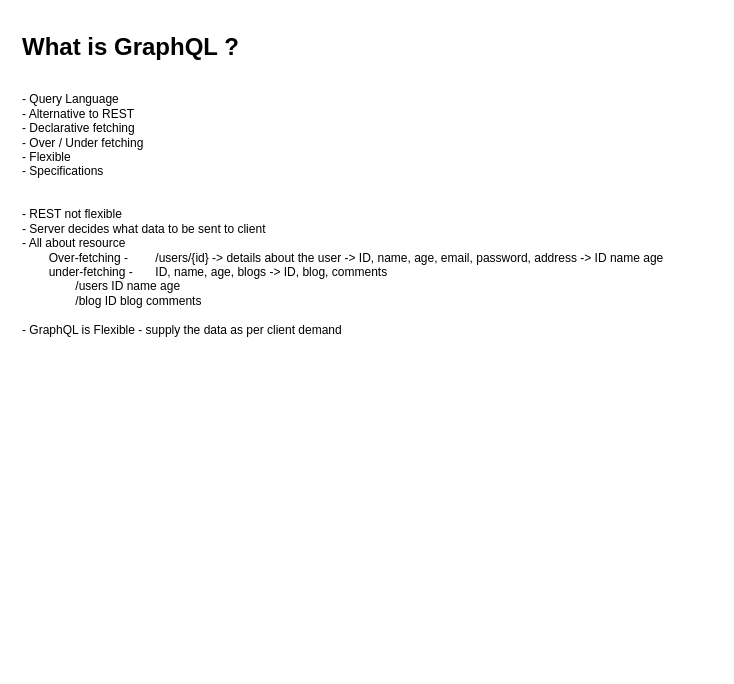
The draw.io diagram page "Page-2" (2 of 3) of diagrams.drawio in synergy2411/graphql-jul, before the edit. Source tidied: cells renumbered, new cells numbered last; positions are measured from the earlier drawing's top-left corner, leaving out a move shared by most shapes. Both pictures are drawn from the tidied source at 100%, with x=0, y=0 at pixel (17, 27).
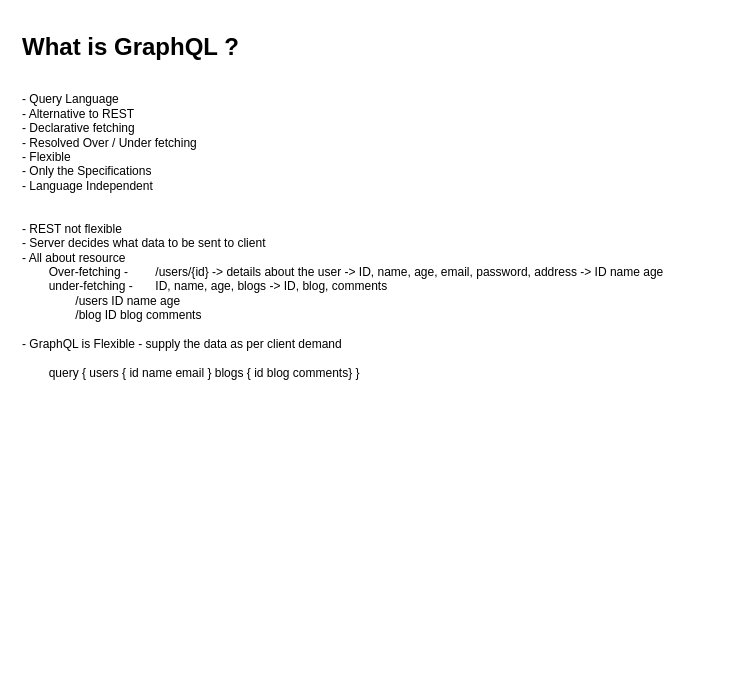
The same diagram, later.

Change to the diagram source:
```diff
@@
 <mxGraphModel>
   <root>
     <mxCell id="0" />
     <mxCell id="1" parent="0" />
-    <mxCell id="2" value="&lt;h1&gt;What is GraphQL ?&lt;/h1&gt;&lt;div&gt;&lt;br&gt;&lt;/div&gt;&lt;div&gt;- Query Language&lt;/div&gt;&lt;div&gt;- Alternative to REST&lt;/div&gt;&lt;div&gt;- Declarative fetching&lt;/div&gt;&lt;div&gt;- Over / Under fetching&lt;/div&gt;&lt;div&gt;- Flexible&lt;/div&gt;&lt;div&gt;- Specifications&lt;/div&gt;&lt;div&gt;&lt;br&gt;&lt;/div&gt;&lt;div&gt;&lt;br&gt;&lt;/div&gt;&lt;div&gt;- REST not flexible&lt;/div&gt;&lt;div&gt;- Server decides what data to be sent to client&lt;/div&gt;&lt;div&gt;- All about resource&lt;/div&gt;&lt;div&gt;&lt;span style=&quot;white-space: pre&quot;&gt;&lt;span style=&quot;white-space: pre&quot;&gt;&#9;&lt;/span&gt;Over-fetching -&#9;&lt;/span&gt;/users/{id} -&amp;gt; details about the user -&amp;gt; ID, name, age, email, password, address -&amp;gt; ID name age&lt;br&gt;&lt;/div&gt;&lt;div&gt;&lt;span style=&quot;white-space: pre&quot;&gt;&#9;&lt;/span&gt;under-fetching -&lt;span style=&quot;white-space: pre&quot;&gt;&#9;&lt;/span&gt;ID, name, age, blogs -&amp;gt; ID, blog, comments&lt;br&gt;&lt;/div&gt;&lt;div&gt;&lt;span style=&quot;white-space: pre&quot;&gt;&#9;&lt;/span&gt;&lt;span style=&quot;white-space: pre&quot;&gt;&#9;&lt;/span&gt;/users ID name age&lt;br&gt;&lt;/div&gt;&lt;div&gt;&lt;span style=&quot;white-space: pre&quot;&gt;&#9;&lt;/span&gt;&lt;span style=&quot;white-space: pre&quot;&gt;&#9;&lt;/span&gt;/blog ID blog comments&lt;br&gt;&lt;/div&gt;&lt;div&gt;&lt;br&gt;&lt;/div&gt;&lt;div&gt;- GraphQL is Flexible - supply the data as per client demand&lt;/div&gt;" style="text;html=1;strokeColor=none;fillColor=none;spacing=5;spacingTop=-20;whiteSpace=wrap;overflow=hidden;rounded=0;" parent="1" vertex="1">
+    <mxCell id="2" value="&lt;h1&gt;What is GraphQL ?&lt;/h1&gt;&lt;div&gt;&lt;br&gt;&lt;/div&gt;&lt;div&gt;- Query Language&lt;/div&gt;&lt;div&gt;- Alternative to REST&lt;/div&gt;&lt;div&gt;- Declarative fetching&lt;/div&gt;&lt;div&gt;- Resolved Over / Under fetching&lt;/div&gt;&lt;div&gt;- Flexible&lt;/div&gt;&lt;div&gt;- Only the Specifications&lt;/div&gt;&lt;div&gt;- Language Independent&lt;/div&gt;&lt;div&gt;&lt;br&gt;&lt;/div&gt;&lt;div&gt;&lt;br&gt;&lt;/div&gt;&lt;div&gt;- REST not flexible&lt;/div&gt;&lt;div&gt;- Server decides what data to be sent to client&lt;/div&gt;&lt;div&gt;- All about resource&lt;/div&gt;&lt;div&gt;&lt;span style=&quot;white-space: pre&quot;&gt;&lt;span style=&quot;white-space: pre&quot;&gt;&#9;&lt;/span&gt;Over-fetching -&#9;&lt;/span&gt;/users/{id} -&amp;gt; details about the user -&amp;gt; ID, name, age, email, password, address -&amp;gt; ID name age&lt;br&gt;&lt;/div&gt;&lt;div&gt;&lt;span style=&quot;white-space: pre&quot;&gt;&#9;&lt;/span&gt;under-fetching -&lt;span style=&quot;white-space: pre&quot;&gt;&#9;&lt;/span&gt;ID, name, age, blogs -&amp;gt; ID, blog, comments&lt;br&gt;&lt;/div&gt;&lt;div&gt;&lt;span style=&quot;white-space: pre&quot;&gt;&#9;&lt;/span&gt;&lt;span style=&quot;white-space: pre&quot;&gt;&#9;&lt;/span&gt;/users ID name age&lt;br&gt;&lt;/div&gt;&lt;div&gt;&lt;span style=&quot;white-space: pre&quot;&gt;&#9;&lt;/span&gt;&lt;span style=&quot;white-space: pre&quot;&gt;&#9;&lt;/span&gt;/blog ID blog comments&lt;br&gt;&lt;/div&gt;&lt;div&gt;&lt;br&gt;&lt;/div&gt;&lt;div&gt;- GraphQL is Flexible - supply the data as per client demand&lt;/div&gt;&lt;div&gt;&lt;br&gt;&lt;/div&gt;&lt;div&gt;&lt;span style=&quot;white-space: pre&quot;&gt;&#9;&lt;/span&gt;query { users { id name email } blogs { id blog comments} }&lt;br&gt;&lt;/div&gt;" style="text;html=1;strokeColor=none;fillColor=none;spacing=5;spacingTop=-20;whiteSpace=wrap;overflow=hidden;rounded=0;" parent="1" vertex="1">
       <mxGeometry width="700" height="640" as="geometry" />
     </mxCell>
   </root>
 </mxGraphModel>
```
